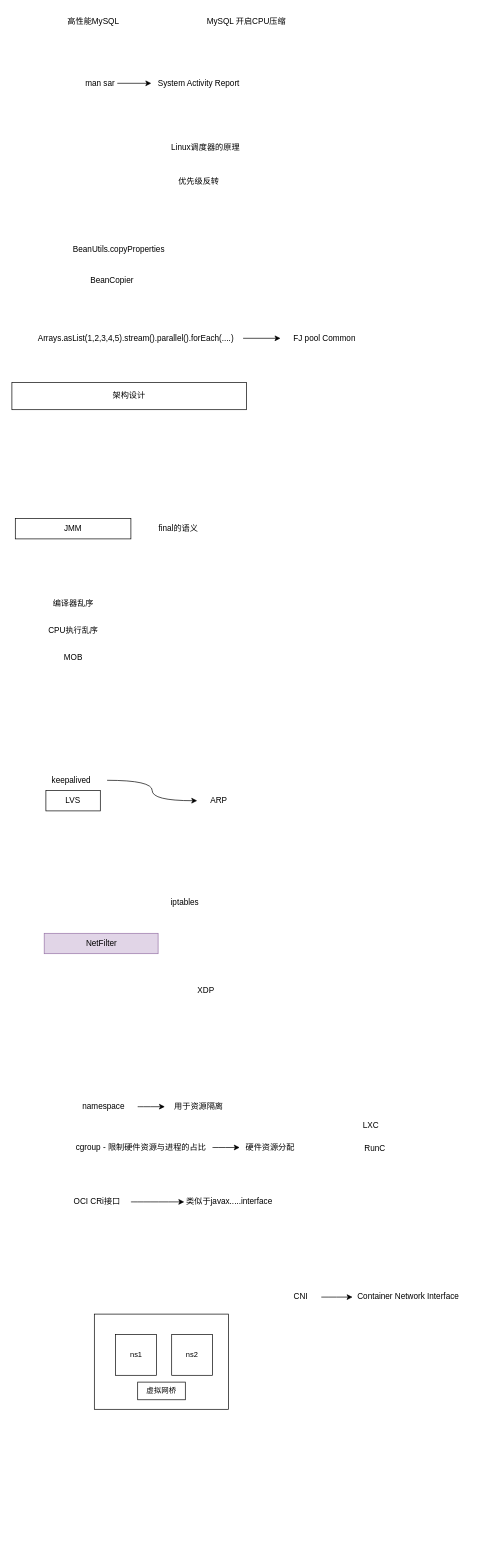
Before: Trick.drawio in haoboliu66/Diagram, a draw.io diagram. Source tidied: cells renumbered, new cells numbered last; positions are measured from the earlier drawing's top-left corner, leaving out a move shared by most shapes. Both pictures are drawn from the tidied source at 68%, with x=0, y=0 at pixel (12, 12).
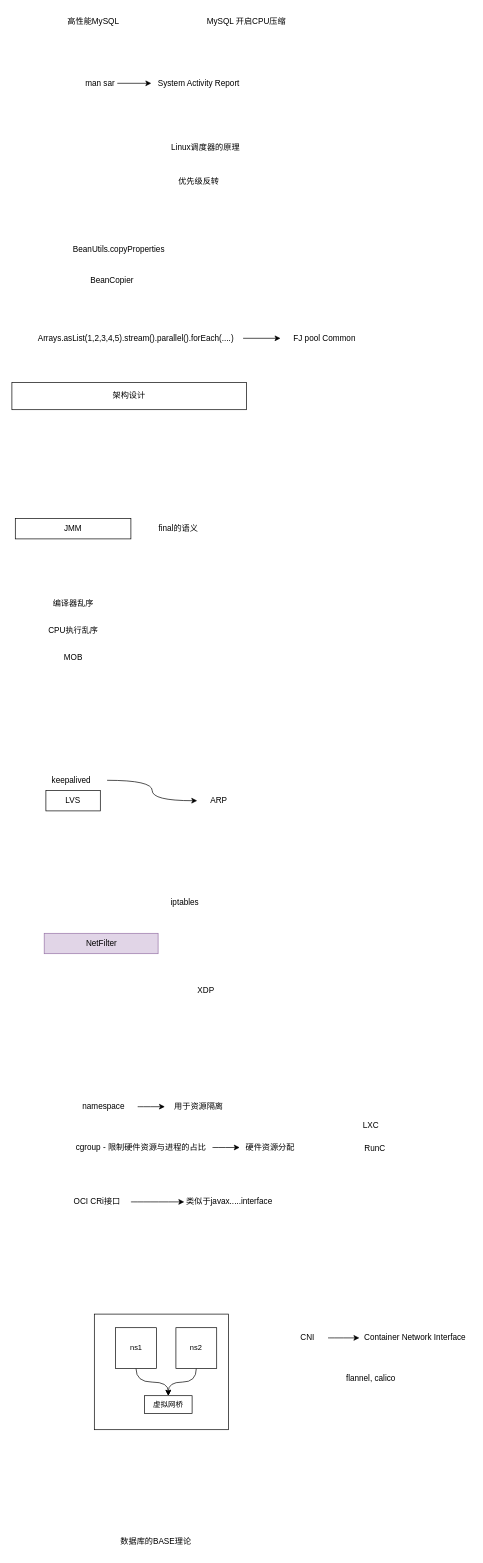
The same diagram, later.

Diff of the diagram source:
```diff
@@
     <mxCell id="2" style="rounded=0;whiteSpace=wrap;html=1;fontFamily=Helvetica;fontSize=11;fontColor=default;" parent="1" vertex="1">
-      <mxGeometry x="121.2" y="1915" width="197.5" height="140" as="geometry" />
+      <mxGeometry x="121.2" y="1915" width="197.5" height="170" as="geometry" />
     </mxCell>
@@
     <mxCell id="38" value="虚拟网桥" style="rounded=0;whiteSpace=wrap;html=1;fontFamily=Helvetica;fontSize=11;fontColor=default;" parent="1" vertex="1">
-      <mxGeometry x="185" y="2015" width="70" height="26" as="geometry" />
+      <mxGeometry x="195" y="2035" width="70" height="26" as="geometry" />
     </mxCell>
+    <mxCell id="45" style="edgeStyle=orthogonalEdgeStyle;shape=connector;curved=1;rounded=0;jettySize=auto;html=1;entryX=0.5;entryY=0;entryDx=0;entryDy=0;labelBackgroundColor=default;strokeColor=default;align=center;verticalAlign=middle;fontFamily=Helvetica;fontSize=11;fontColor=default;endArrow=classic;" parent="1" edge="1" source="39" target="38">
+      <mxGeometry relative="1" as="geometry" />
+    </mxCell>
     <mxCell id="39" value="ns1" style="rounded=0;whiteSpace=wrap;html=1;fontFamily=Helvetica;fontSize=11;fontColor=default;" parent="1" vertex="1">
-      <mxGeometry x="152.5" y="1945" width="60" height="60" as="geometry" />
+      <mxGeometry x="152.5" y="1935" width="60" height="60" as="geometry" />
     </mxCell>
+    <mxCell id="46" style="edgeStyle=orthogonalEdgeStyle;shape=connector;curved=1;rounded=0;jettySize=auto;html=1;labelBackgroundColor=default;strokeColor=default;align=center;verticalAlign=middle;fontFamily=Helvetica;fontSize=11;fontColor=default;endArrow=classic;" parent="1" edge="1" source="40" target="38">
+      <mxGeometry relative="1" as="geometry" />
+    </mxCell>
     <mxCell id="40" value="ns2" style="rounded=0;whiteSpace=wrap;html=1;fontFamily=Helvetica;fontSize=11;fontColor=default;" parent="1" vertex="1">
-      <mxGeometry x="235" y="1945" width="60" height="60" as="geometry" />
+      <mxGeometry x="241.2" y="1935" width="60" height="60" as="geometry" />
     </mxCell>
@@
     <mxCell id="42" value="CNI" style="text;html=1;strokeColor=none;fillColor=none;align=center;verticalAlign=middle;whiteSpace=wrap;rounded=0;" parent="1" vertex="1">
-      <mxGeometry x="395" y="1875" width="60" height="30" as="geometry" />
+      <mxGeometry x="405" y="1935" width="60" height="30" as="geometry" />
     </mxCell>
     <mxCell id="43" value="Container Network Interface" style="text;html=1;strokeColor=none;fillColor=none;align=center;verticalAlign=middle;whiteSpace=wrap;rounded=0;" parent="1" vertex="1">
-      <mxGeometry x="501" y="1875" width="164" height="30" as="geometry" />
+      <mxGeometry x="511" y="1935" width="164" height="30" as="geometry" />
     </mxCell>
@@
+    <mxCell id="47" value="flannel, calico" style="text;html=1;strokeColor=none;fillColor=none;align=center;verticalAlign=middle;whiteSpace=wrap;rounded=0;" parent="1" vertex="1">
+      <mxGeometry x="446" y="1995" width="164" height="30" as="geometry" />
+    </mxCell>
+    <mxCell id="48" value="数据库的BASE理论" style="text;html=1;strokeColor=none;fillColor=none;align=center;verticalAlign=middle;whiteSpace=wrap;rounded=0;" parent="1" vertex="1">
+      <mxGeometry x="130" y="2235" width="164" height="30" as="geometry" />
+    </mxCell>
```
